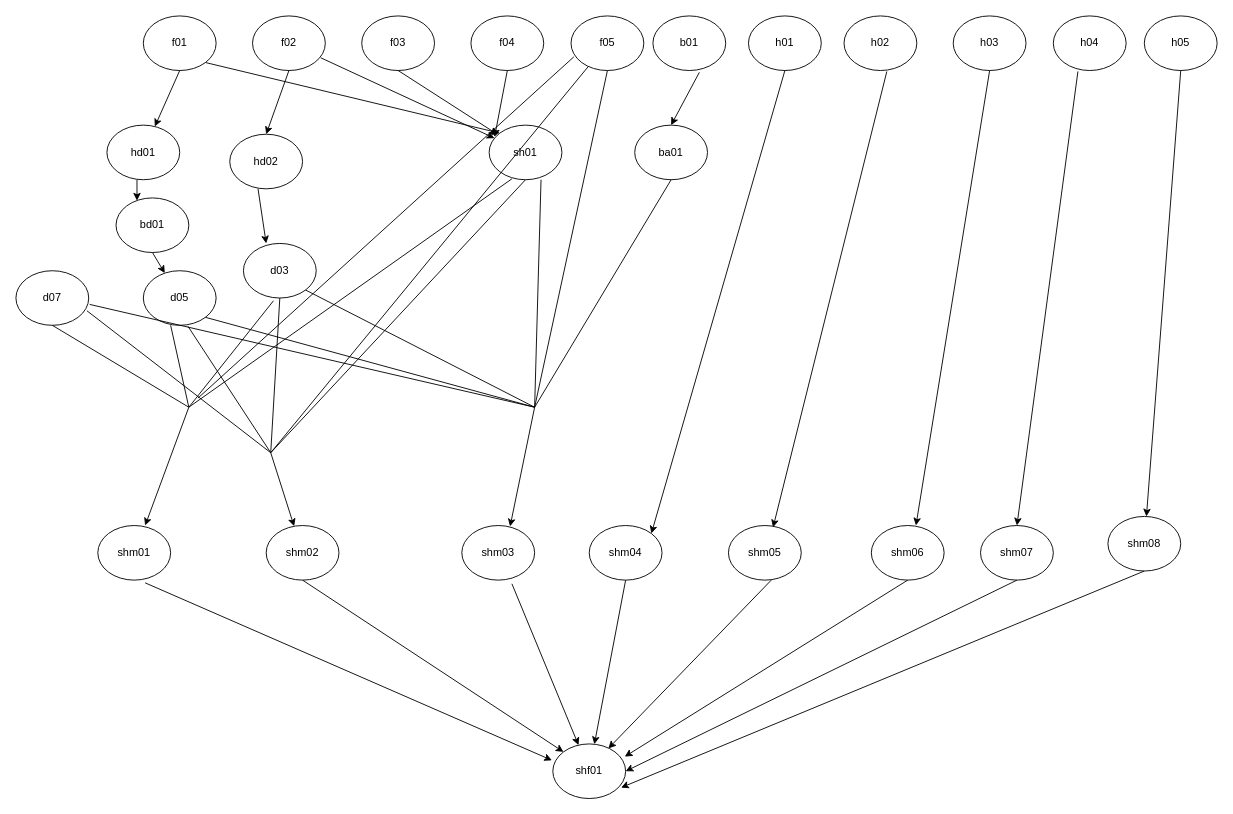
The draw.io diagram tasktreenode.drawio in gebifeixiang/investment, before the edit. Source tidied: cells renumbered, new cells numbered last; positions are measured from the earlier drawing's top-left corner, leaving out a move shared by most shapes. Both pictures are drawn from the tidied source at 91%, with x=0, y=0 at pixel (15, 15).
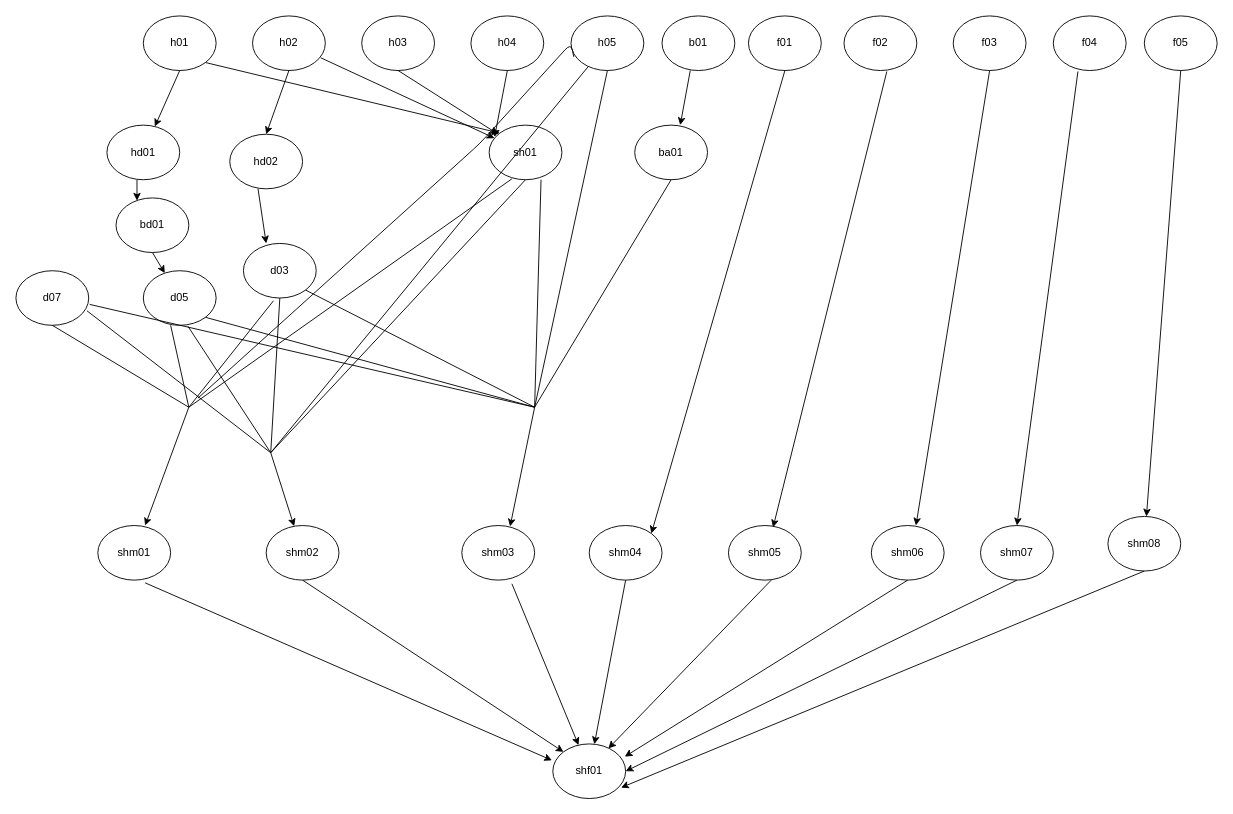
The same page after the edit.

The change refers to these unchanged cells:
```xml
<mxCell id="15" value="ba01" style="ellipse;whiteSpace=wrap;html=1;" parent="1" vertex="1">
  <mxGeometry x="680" y="120" width="80" height="60" as="geometry" />
</mxCell>
<mxCell id="35" value="sh01" style="ellipse;whiteSpace=wrap;html=1;" parent="1" vertex="1">
  <mxGeometry x="520" y="120" width="80" height="60" as="geometry" />
</mxCell>
```

What changed in the source:
```diff
@@
-    <mxCell id="2" value="&lt;span lang=&quot;EN-US&quot;&gt;f04&lt;/span&gt;" style="ellipse;whiteSpace=wrap;html=1;" parent="1" vertex="1">
+    <mxCell id="2" value="h04" style="ellipse;whiteSpace=wrap;html=1;" parent="1" vertex="1">
       <mxGeometry x="500" width="80" height="60" as="geometry" />
     </mxCell>
-    <mxCell id="3" value="f01" style="ellipse;whiteSpace=wrap;html=1;" parent="1" vertex="1">
+    <mxCell id="3" value="h01" style="ellipse;whiteSpace=wrap;html=1;" parent="1" vertex="1">
       <mxGeometry x="140" width="80" height="60" as="geometry" />
     </mxCell>
-    <mxCell id="4" value="&lt;span lang=&quot;EN-US&quot;&gt;f02&lt;/span&gt;" style="ellipse;whiteSpace=wrap;html=1;" parent="1" vertex="1">
+    <mxCell id="4" value="h02" style="ellipse;whiteSpace=wrap;html=1;" parent="1" vertex="1">
       <mxGeometry x="260" width="80" height="60" as="geometry" />
     </mxCell>
-    <mxCell id="5" value="&lt;span lang=&quot;EN-US&quot;&gt;f03&lt;/span&gt;" style="ellipse;whiteSpace=wrap;html=1;" parent="1" vertex="1">
+    <mxCell id="5" value="h03" style="ellipse;whiteSpace=wrap;html=1;" parent="1" vertex="1">
       <mxGeometry x="380" width="80" height="60" as="geometry" />
     </mxCell>
-    <mxCell id="6" value="h04" style="ellipse;whiteSpace=wrap;html=1;" parent="1" vertex="1">
+    <mxCell id="6" value="f04" style="ellipse;whiteSpace=wrap;html=1;" parent="1" vertex="1">
       <mxGeometry x="1140" width="80" height="60" as="geometry" />
     </mxCell>
-    <mxCell id="7" value="h03" style="ellipse;whiteSpace=wrap;html=1;" parent="1" vertex="1">
+    <mxCell id="7" value="f03" style="ellipse;whiteSpace=wrap;html=1;" parent="1" vertex="1">
       <mxGeometry x="1030" width="80" height="60" as="geometry" />
     </mxCell>
-    <mxCell id="8" value="h02" style="ellipse;whiteSpace=wrap;html=1;" parent="1" vertex="1">
+    <mxCell id="8" value="f02" style="ellipse;whiteSpace=wrap;html=1;" parent="1" vertex="1">
       <mxGeometry x="910" width="80" height="60" as="geometry" />
     </mxCell>
-    <mxCell id="9" value="h01" style="ellipse;whiteSpace=wrap;html=1;" parent="1" vertex="1">
+    <mxCell id="9" value="f01" style="ellipse;whiteSpace=wrap;html=1;" parent="1" vertex="1">
       <mxGeometry x="805" width="80" height="60" as="geometry" />
     </mxCell>
-    <mxCell id="10" value="&lt;span lang=&quot;EN-US&quot;&gt;f05&lt;/span&gt;" style="ellipse;whiteSpace=wrap;html=1;" parent="1" vertex="1">
+    <mxCell id="10" value="h05" style="ellipse;whiteSpace=wrap;html=1;" parent="1" vertex="1">
       <mxGeometry x="610" width="80" height="60" as="geometry" />
     </mxCell>
-    <mxCell id="11" value="h05" style="ellipse;whiteSpace=wrap;html=1;" parent="1" vertex="1">
+    <mxCell id="11" value="f05" style="ellipse;whiteSpace=wrap;html=1;" parent="1" vertex="1">
       <mxGeometry x="1240" width="80" height="60" as="geometry" />
     </mxCell>
@@
     <mxCell id="14" value="b01" style="ellipse;whiteSpace=wrap;html=1;" parent="1" vertex="1">
-      <mxGeometry x="700" width="80" height="60" as="geometry" />
+      <mxGeometry x="710" width="80" height="60" as="geometry" />
     </mxCell>
@@
-    <mxCell id="29" style="endArrow=classic;html=1;exitX=0.5;exitY=1;exitDx=0;exitDy=0;" parent="1" edge="1" source="5" target="35">
-      <mxGeometry relative="1" as="geometry" />
+    <mxCell id="29" style="endArrow=classic;html=1;exitX=0.5;exitY=1;exitDx=0;exitDy=0;" parent="1" edge="1" source="5">
+      <mxGeometry relative="1" as="geometry">
+        <mxPoint x="530" y="130" as="targetPoint" />
+      </mxGeometry>
     </mxCell>
@@
-    <mxCell id="34" style="endArrow=classic;html=1;exitX=0.638;exitY=1.033;exitDx=0;exitDy=0;exitPerimeter=0;entryX=0.5;entryY=0;entryDx=0;entryDy=0;" parent="1" edge="1" source="14" target="15">
+    <mxCell id="34" style="endArrow=classic;html=1;exitX=0.388;exitY=1;exitDx=0;exitDy=0;exitPerimeter=0;entryX=0.625;entryY=0;entryDx=0;entryDy=0;entryPerimeter=0;" parent="1" edge="1" source="14" target="15">
       <mxGeometry relative="1" as="geometry" />
     </mxCell>
@@
     <mxCell id="68" style="endArrow=none;html=1;entryX=0.038;entryY=0.75;entryDx=0;entryDy=0;entryPerimeter=0;" parent="1" edge="1" target="10">
       <mxGeometry relative="1" as="geometry">
         <mxPoint x="200" y="420" as="sourcePoint" />
+        <Array as="points">
+          <mxPoint x="510" y="140" />
+          <mxPoint x="610" y="30" />
+        </Array>
       </mxGeometry>
     </mxCell>
```
